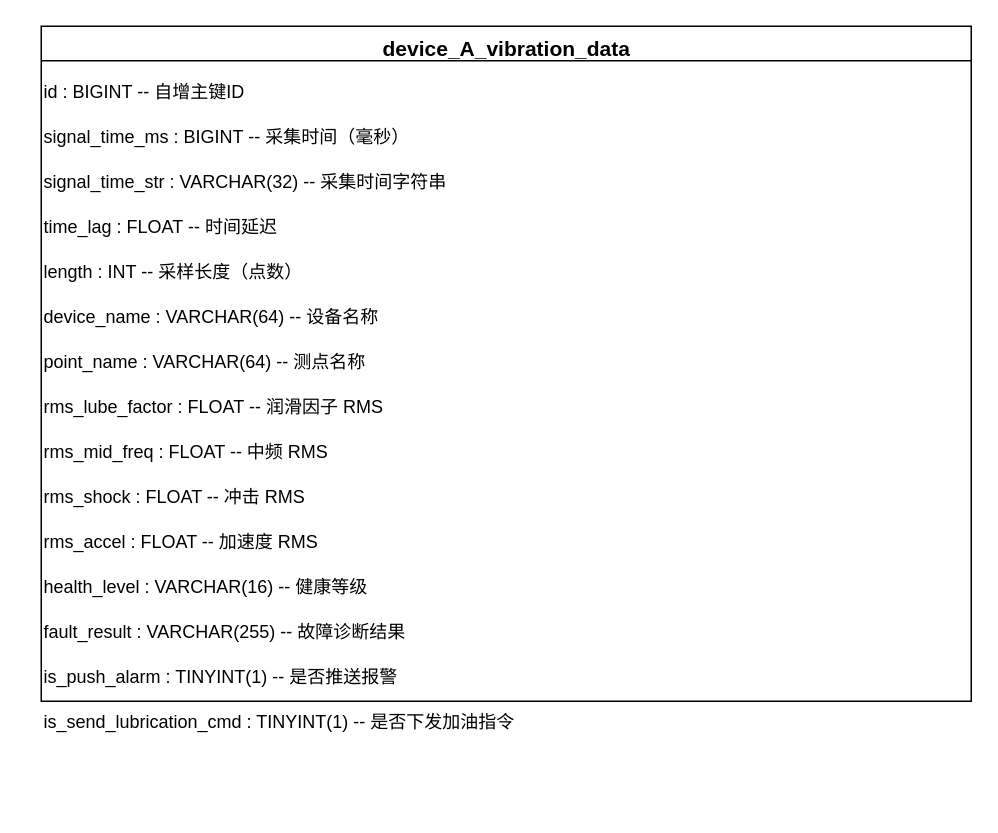
This is 振动异常数据库.drawio from 729973389/picture, a draw.io file, before an edit. Source tidied: cells renumbered, new cells numbered last; positions are measured from the earlier drawing's top-left corner, leaving out a move shared by most shapes. Both pictures are drawn from the tidied source at 150%, with x=0, y=0 at pixel (40, 26).
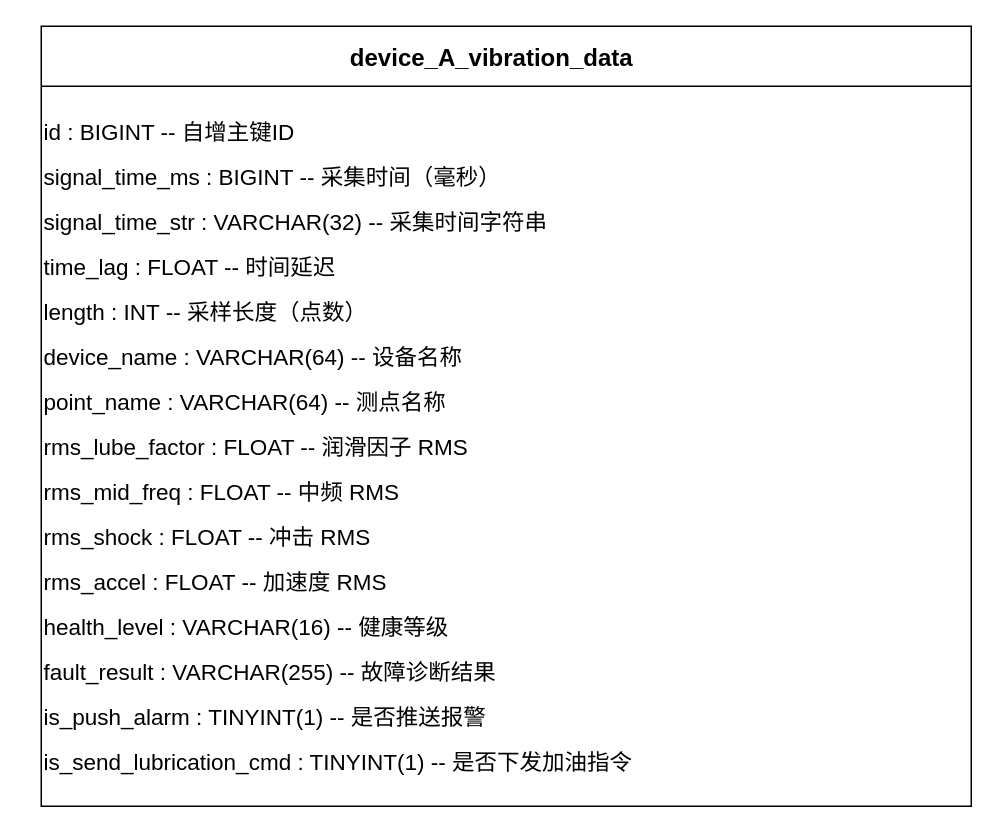
After the change.

Commit message:
更新振动异常数据库.drawio

Diff of the diagram source:
```diff
@@
 <mxGraphModel>
   <root>
     <mxCell id="0" />
     <mxCell id="1" parent="0" />
-    <mxCell id="2" style="swimlane;" parent="1" vertex="1">
-      <mxGeometry width="620" height="450" as="geometry" />
+    <mxCell id="2" style="swimlane;startSize=40;" parent="1" vertex="1">
+      <mxGeometry width="620" height="520" as="geometry" />
     </mxCell>
-    <mxCell id="3" value="device_A_vibration_data" style="text;html=1;align=center;verticalAlign=middle;fontSize=14;fontStyle=1;" parent="2" vertex="1">
-      <mxGeometry width="620" height="30" as="geometry" />
+    <mxCell id="3" value="device_A_vibration_data" style="text;html=1;align=center;verticalAlign=middle;fontSize=16;fontStyle=1;" parent="2" vertex="1">
+      <mxGeometry x="-10" y="6" width="620" height="30" as="geometry" />
     </mxCell>
-    <mxCell id="4" value="id : BIGINT  --  自增主键ID" style="text;" parent="2" vertex="1">
-      <mxGeometry y="30" width="620" height="30" as="geometry" />
+    <mxCell id="4" value="id : BIGINT  --  自增主键ID" style="text;fontSize=15;" parent="2" vertex="1">
+      <mxGeometry y="55" width="620" height="30" as="geometry" />
     </mxCell>
-    <mxCell id="5" value="signal_time_ms : BIGINT  --  采集时间（毫秒）" style="text;" parent="2" vertex="1">
-      <mxGeometry y="60" width="620" height="30" as="geometry" />
+    <mxCell id="5" value="signal_time_ms : BIGINT  --  采集时间（毫秒）" style="text;fontSize=15;" parent="2" vertex="1">
+      <mxGeometry y="85" width="620" height="30" as="geometry" />
     </mxCell>
-    <mxCell id="6" value="signal_time_str : VARCHAR(32)  --  采集时间字符串" style="text;" parent="2" vertex="1">
-      <mxGeometry y="90" width="620" height="30" as="geometry" />
+    <mxCell id="6" value="signal_time_str : VARCHAR(32)  --  采集时间字符串" style="text;fontSize=15;" parent="2" vertex="1">
+      <mxGeometry y="115" width="620" height="30" as="geometry" />
     </mxCell>
-    <mxCell id="7" value="time_lag : FLOAT  --  时间延迟" style="text;" parent="2" vertex="1">
-      <mxGeometry y="120" width="620" height="30" as="geometry" />
+    <mxCell id="7" value="time_lag : FLOAT  --  时间延迟" style="text;fontSize=15;" parent="2" vertex="1">
+      <mxGeometry y="145" width="620" height="30" as="geometry" />
     </mxCell>
-    <mxCell id="8" value="length : INT  --  采样长度（点数）" style="text;" parent="2" vertex="1">
-      <mxGeometry y="150" width="620" height="30" as="geometry" />
+    <mxCell id="8" value="length : INT  --  采样长度（点数）" style="text;fontSize=15;" parent="2" vertex="1">
+      <mxGeometry y="175" width="620" height="30" as="geometry" />
     </mxCell>
-    <mxCell id="9" value="device_name : VARCHAR(64)  --  设备名称" style="text;" parent="2" vertex="1">
-      <mxGeometry y="180" width="620" height="30" as="geometry" />
+    <mxCell id="9" value="device_name : VARCHAR(64)  --  设备名称" style="text;fontSize=15;" parent="2" vertex="1">
+      <mxGeometry y="205" width="620" height="30" as="geometry" />
     </mxCell>
-    <mxCell id="10" value="point_name : VARCHAR(64)  --  测点名称" style="text;" parent="2" vertex="1">
-      <mxGeometry y="210" width="620" height="30" as="geometry" />
+    <mxCell id="10" value="point_name : VARCHAR(64)  --  测点名称" style="text;fontSize=15;" parent="2" vertex="1">
+      <mxGeometry y="235" width="620" height="30" as="geometry" />
     </mxCell>
-    <mxCell id="11" value="rms_lube_factor : FLOAT  --  润滑因子 RMS" style="text;" parent="2" vertex="1">
-      <mxGeometry y="240" width="620" height="30" as="geometry" />
+    <mxCell id="11" value="rms_lube_factor : FLOAT  --  润滑因子 RMS" style="text;fontSize=15;" parent="2" vertex="1">
+      <mxGeometry y="265" width="620" height="30" as="geometry" />
     </mxCell>
-    <mxCell id="12" value="rms_mid_freq : FLOAT  --  中频 RMS" style="text;" parent="2" vertex="1">
-      <mxGeometry y="270" width="620" height="30" as="geometry" />
+    <mxCell id="12" value="rms_mid_freq : FLOAT  --  中频 RMS" style="text;fontSize=15;" parent="2" vertex="1">
+      <mxGeometry y="295" width="620" height="30" as="geometry" />
     </mxCell>
-    <mxCell id="13" value="rms_shock : FLOAT  --  冲击 RMS" style="text;" parent="2" vertex="1">
-      <mxGeometry y="300" width="620" height="30" as="geometry" />
+    <mxCell id="13" value="rms_shock : FLOAT  --  冲击 RMS" style="text;fontSize=15;" parent="2" vertex="1">
+      <mxGeometry y="325" width="620" height="30" as="geometry" />
     </mxCell>
-    <mxCell id="14" value="rms_accel : FLOAT  --  加速度 RMS" style="text;" parent="2" vertex="1">
-      <mxGeometry y="330" width="620" height="30" as="geometry" />
+    <mxCell id="14" value="rms_accel : FLOAT  --  加速度 RMS" style="text;fontSize=15;" parent="2" vertex="1">
+      <mxGeometry y="355" width="620" height="30" as="geometry" />
     </mxCell>
-    <mxCell id="15" value="health_level : VARCHAR(16)  --  健康等级" style="text;" parent="2" vertex="1">
-      <mxGeometry y="360" width="620" height="30" as="geometry" />
+    <mxCell id="15" value="health_level : VARCHAR(16)  --  健康等级" style="text;fontSize=15;" parent="2" vertex="1">
+      <mxGeometry y="385" width="620" height="30" as="geometry" />
     </mxCell>
-    <mxCell id="16" value="fault_result : VARCHAR(255)  --  故障诊断结果" style="text;" parent="2" vertex="1">
-      <mxGeometry y="390" width="620" height="30" as="geometry" />
+    <mxCell id="16" value="fault_result : VARCHAR(255)  --  故障诊断结果" style="text;fontSize=15;" parent="2" vertex="1">
+      <mxGeometry y="415" width="620" height="30" as="geometry" />
     </mxCell>
-    <mxCell id="17" value="is_push_alarm : TINYINT(1)  --  是否推送报警" style="text;" parent="2" vertex="1">
-      <mxGeometry y="420" width="620" height="30" as="geometry" />
+    <mxCell id="17" value="is_push_alarm : TINYINT(1)  --  是否推送报警" style="text;fontSize=15;" parent="2" vertex="1">
+      <mxGeometry y="445" width="620" height="30" as="geometry" />
     </mxCell>
-    <mxCell id="18" value="is_send_lubrication_cmd : TINYINT(1)  --  是否下发加油指令" style="text;" parent="2" vertex="1">
-      <mxGeometry y="450" width="620" height="30" as="geometry" />
+    <mxCell id="18" value="is_send_lubrication_cmd : TINYINT(1)  --  是否下发加油指令" style="text;fontSize=15;" parent="2" vertex="1">
+      <mxGeometry y="475" width="620" height="30" as="geometry" />
     </mxCell>
   </root>
 </mxGraphModel>
```
